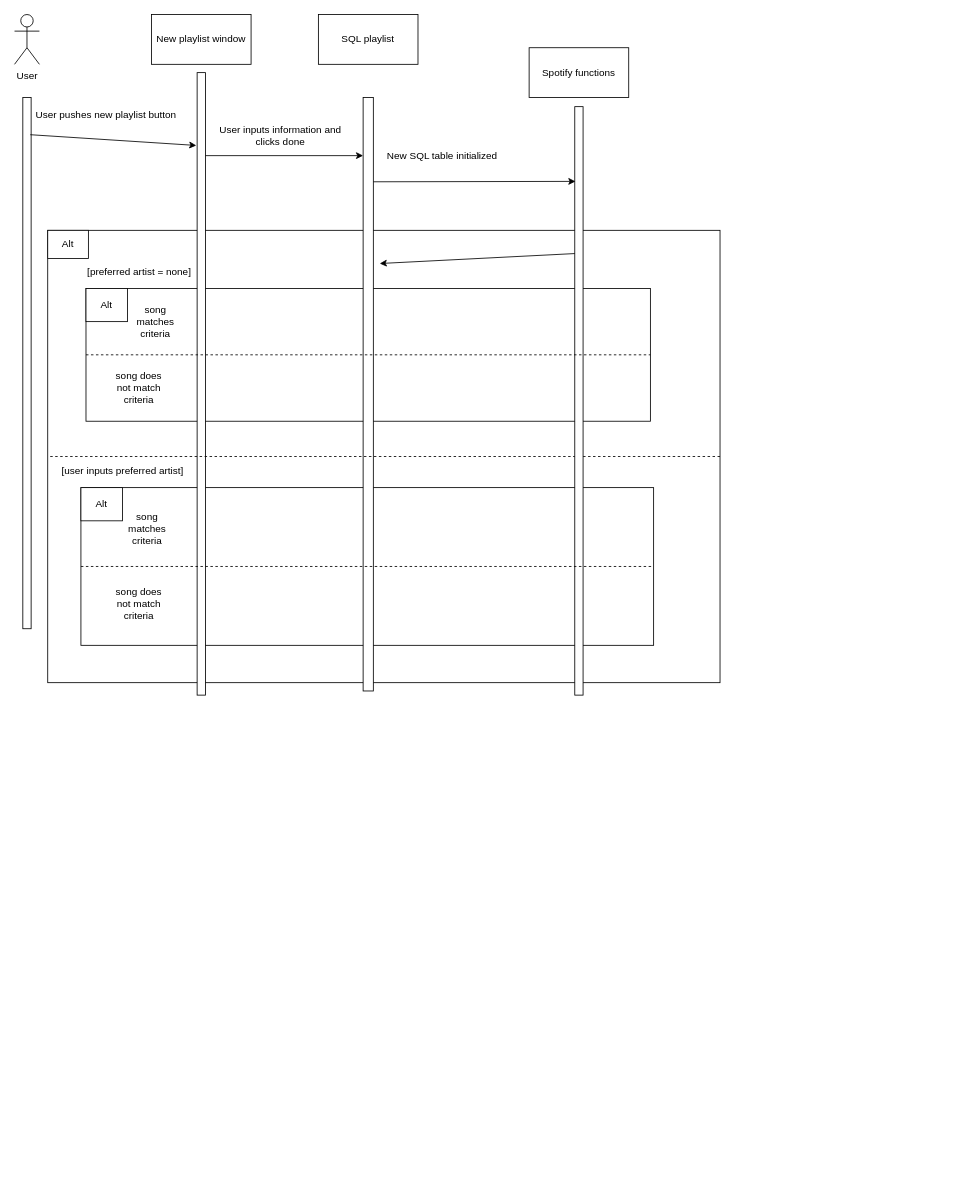
Above: new_playlist_sequence_model.drawio in stpilks99/moodipy (draw.io), before the change. Source tidied: cells renumbered, new cells numbered last; positions are measured from the earlier drawing's top-left corner, leaving out a move shared by most shapes. Both pictures are drawn from the tidied source at 83%, with x=0, y=0 at pixel (14, 14).
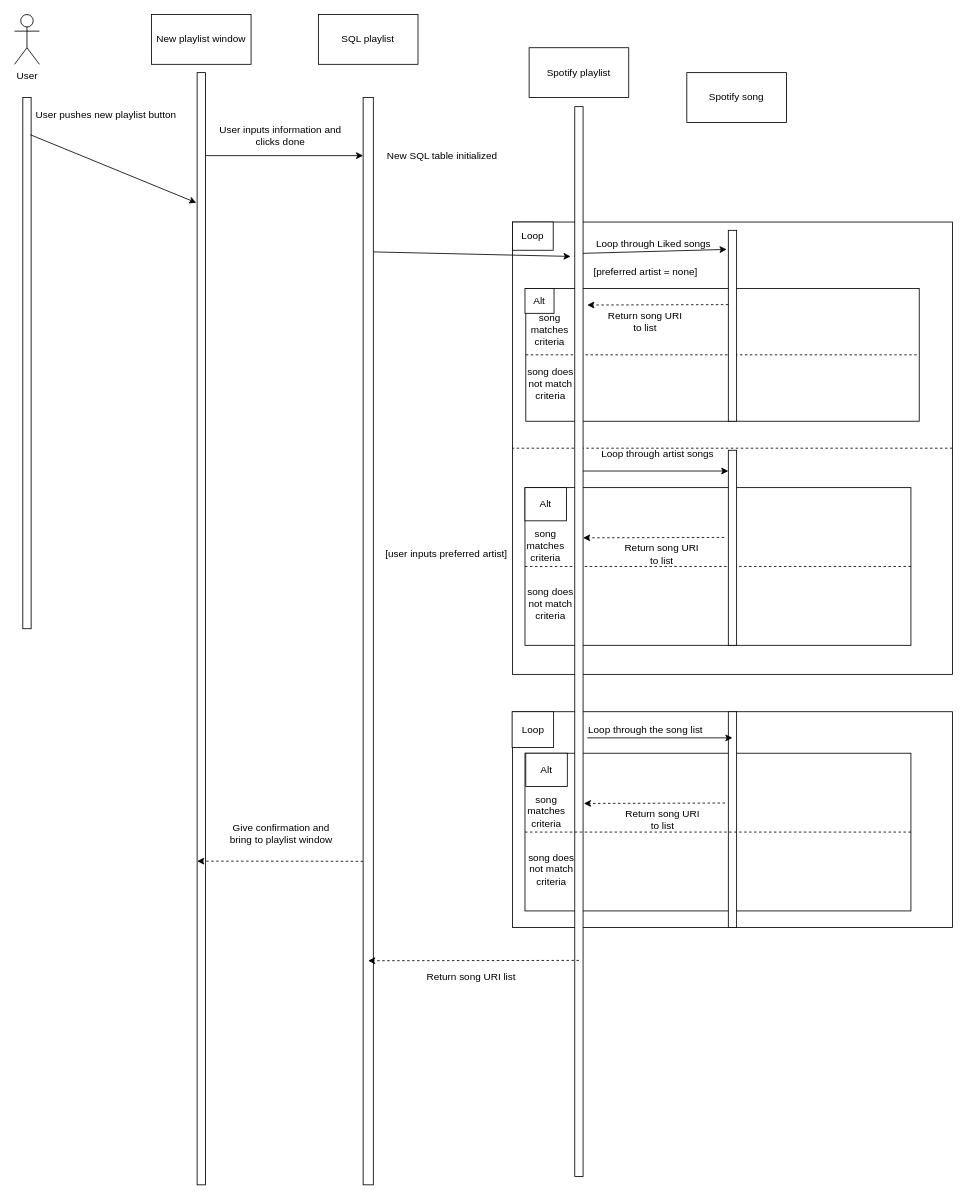
The same diagram, later.

Commit message:
finished new playlist creation sequence model

Change to the diagram source:
```diff
@@
+    <mxCell id="32" style="rounded=0;whiteSpace=wrap;html=1;" parent="1" vertex="1">
+      <mxGeometry x="600" y="840" width="530" height="260" as="geometry" />
+    </mxCell>
     <mxCell id="2" style="rounded=0;whiteSpace=wrap;html=1;" parent="1" vertex="1">
-      <mxGeometry x="40" y="260" width="810" height="545" as="geometry" />
+      <mxGeometry x="600" y="250" width="530" height="545" as="geometry" />
     </mxCell>
     <mxCell id="3" style="rounded=0;whiteSpace=wrap;html=1;" parent="1" vertex="1">
-      <mxGeometry x="80" y="570" width="690" height="190" as="geometry" />
+      <mxGeometry x="615" y="570" width="465" height="190" as="geometry" />
     </mxCell>
     <mxCell id="4" style="rounded=0;whiteSpace=wrap;html=1;" parent="1" vertex="1">
-      <mxGeometry x="86.1" y="330" width="680" height="160" as="geometry" />
+      <mxGeometry x="616" y="330" width="474" height="160" as="geometry" />
     </mxCell>
@@
     <mxCell id="10" style="rounded=0;whiteSpace=wrap;html=1;" parent="1" vertex="1">
-      <mxGeometry x="220" y="70" width="10" height="750" as="geometry" />
+      <mxGeometry x="220" y="70" width="10" height="1340" as="geometry" />
     </mxCell>
@@
     <mxCell id="14" style="rounded=0;whiteSpace=wrap;html=1;" parent="1" vertex="1">
-      <mxGeometry x="420" y="100" width="12.3" height="715" as="geometry" />
+      <mxGeometry x="420" y="100" width="12.3" height="1310" as="geometry" />
     </mxCell>
-    <mxCell id="15" value="Alt" style="rounded=0;whiteSpace=wrap;html=1;" parent="1" vertex="1">
-      <mxGeometry x="40" y="260" width="49" height="34" as="geometry" />
+    <mxCell id="15" value="Loop" style="rounded=0;whiteSpace=wrap;html=1;" parent="1" vertex="1">
+      <mxGeometry x="600" y="250" width="49" height="34" as="geometry" />
     </mxCell>
@@
     <mxCell id="17" value="Alt" style="rounded=0;whiteSpace=wrap;html=1;" parent="1" vertex="1">
-      <mxGeometry x="86.1" y="330" width="50" height="40" as="geometry" />
+      <mxGeometry x="615" y="330" width="35" height="30" as="geometry" />
     </mxCell>
     <mxCell id="18" value="Alt" style="rounded=0;whiteSpace=wrap;html=1;" parent="1" vertex="1">
-      <mxGeometry x="80" y="570" width="50" height="40" as="geometry" />
+      <mxGeometry x="615" y="570" width="50" height="40" as="geometry" />
     </mxCell>
@@
-    <mxCell id="20" value="Spotify functions" style="rounded=0;whiteSpace=wrap;html=1;" parent="1" vertex="1">
+    <mxCell id="20" value="Spotify playlist" style="rounded=0;whiteSpace=wrap;html=1;" parent="1" vertex="1">
       <mxGeometry x="620" y="40" width="120" height="60" as="geometry" />
     </mxCell>
-    <mxCell id="21" style="rounded=0;whiteSpace=wrap;html=1;" parent="1" vertex="1">
-      <mxGeometry x="675" y="111" width="10" height="709" as="geometry" />
-    </mxCell>
     <mxCell id="22" value="[preferred artist = none]" style="text;html=1;align=center;verticalAlign=middle;" parent="1" vertex="1">
-      <mxGeometry x="80" y="300" width="140" height="20" as="geometry" />
+      <mxGeometry x="690" y="300" width="140" height="20" as="geometry" />
     </mxCell>
     <mxCell id="23" value="[user inputs preferred artist]" style="text;html=1;align=center;verticalAlign=middle;" parent="1" vertex="1">
-      <mxGeometry x="50" y="540" width="160" height="20" as="geometry" />
+      <mxGeometry x="440" y="640" width="160" height="20" as="geometry" />
     </mxCell>
@@
-    <mxCell id="26" style="endArrow=classic;html=1;exitX=1.003;exitY=0.142;exitDx=0;exitDy=0;exitPerimeter=0;entryX=0.082;entryY=0.127;entryDx=0;entryDy=0;entryPerimeter=0;" parent="1" edge="1" source="14" target="21">
+    <mxCell id="26" style="endArrow=classic;html=1;exitX=1.003;exitY=0.142;exitDx=0;exitDy=0;exitPerimeter=0;entryX=-0.5;entryY=0.14;entryDx=0;entryDy=0;entryPerimeter=0;" parent="1" edge="1" source="14" target="21">
       <mxGeometry relative="1" as="geometry" />
     </mxCell>
     <mxCell id="27" value="song matches criteria" style="text;html=1;strokeColor=none;fillColor=none;align=center;verticalAlign=middle;whiteSpace=wrap;rounded=0;" parent="1" vertex="1">
-      <mxGeometry x="150" y="360" width="40" height="20" as="geometry" />
+      <mxGeometry x="625" y="370" width="40" height="20" as="geometry" />
     </mxCell>
     <mxCell id="28" value="song does not match criteria" style="text;html=1;strokeColor=none;fillColor=none;align=center;verticalAlign=middle;whiteSpace=wrap;rounded=0;" parent="1" vertex="1">
-      <mxGeometry x="120" y="440" width="60" height="20" as="geometry" />
+      <mxGeometry x="616" y="435" width="60" height="20" as="geometry" />
     </mxCell>
     <mxCell id="29" value="song does not match criteria" style="text;html=1;strokeColor=none;fillColor=none;align=center;verticalAlign=middle;whiteSpace=wrap;rounded=0;" parent="1" vertex="1">
-      <mxGeometry x="120" y="700" width="60" height="20" as="geometry" />
+      <mxGeometry x="616" y="700" width="60" height="20" as="geometry" />
     </mxCell>
     <mxCell id="30" value="song matches criteria" style="text;html=1;strokeColor=none;fillColor=none;align=center;verticalAlign=middle;whiteSpace=wrap;rounded=0;" parent="1" vertex="1">
-      <mxGeometry x="140" y="610" width="40" height="20" as="geometry" />
+      <mxGeometry x="620" y="630" width="40" height="20" as="geometry" />
     </mxCell>
-    <mxCell id="31" style="endArrow=none;html=1;startArrow=classic;startFill=1;endFill=0;" parent="1" edge="1">
+    <mxCell id="31" style="endArrow=none;html=1;startArrow=classic;startFill=1;endFill=0;exitX=-0.2;exitY=0.1;exitDx=0;exitDy=0;exitPerimeter=0;" parent="1" edge="1" source="34">
       <mxGeometry relative="1" as="geometry">
-        <mxPoint x="440" y="300" as="sourcePoint" />
         <mxPoint x="675" y="288" as="targetPoint" />
       </mxGeometry>
     </mxCell>
+    <mxCell id="33" value="Spotify song" style="rounded=0;whiteSpace=wrap;html=1;" parent="1" vertex="1">
+      <mxGeometry x="810" y="70" width="120" height="60" as="geometry" />
+    </mxCell>
+    <mxCell id="34" style="rounded=0;whiteSpace=wrap;html=1;" parent="1" vertex="1">
+      <mxGeometry x="860" y="260" width="10" height="230" as="geometry" />
+    </mxCell>
+    <mxCell id="35" value="Loop through Liked songs" style="text;html=1;strokeColor=none;fillColor=none;align=center;verticalAlign=middle;whiteSpace=wrap;rounded=0;" parent="1" vertex="1">
+      <mxGeometry x="670" y="267" width="200" height="20" as="geometry" />
+    </mxCell>
+    <mxCell id="36" style="endArrow=classic;html=1;dashed=1;" parent="1" edge="1">
+      <mxGeometry relative="1" as="geometry">
+        <mxPoint x="860" y="349.5" as="sourcePoint" />
+        <mxPoint x="690" y="350" as="targetPoint" />
+      </mxGeometry>
+    </mxCell>
+    <mxCell id="37" value="Return song URI to list" style="text;html=1;strokeColor=none;fillColor=none;align=center;verticalAlign=middle;whiteSpace=wrap;rounded=0;" parent="1" vertex="1">
+      <mxGeometry x="710" y="360" width="100" height="20" as="geometry" />
+    </mxCell>
+    <mxCell id="38" value="Loop through artist songs" style="text;html=1;strokeColor=none;fillColor=none;align=center;verticalAlign=middle;whiteSpace=wrap;rounded=0;" parent="1" vertex="1">
+      <mxGeometry x="675" y="520" width="200" height="20" as="geometry" />
+    </mxCell>
+    <mxCell id="39" style="endArrow=classic;html=1;dashed=1;" parent="1" edge="1">
+      <mxGeometry relative="1" as="geometry">
+        <mxPoint x="855" y="630" as="sourcePoint" />
+        <mxPoint x="685" y="630.5" as="targetPoint" />
+      </mxGeometry>
+    </mxCell>
+    <mxCell id="40" value="Return song URI to list" style="text;html=1;strokeColor=none;fillColor=none;align=center;verticalAlign=middle;whiteSpace=wrap;rounded=0;" parent="1" vertex="1">
+      <mxGeometry x="730" y="640" width="100" height="20" as="geometry" />
+    </mxCell>
+    <mxCell id="41" style="endArrow=none;html=1;startArrow=classic;startFill=1;endFill=0;" parent="1" edge="1">
+      <mxGeometry relative="1" as="geometry">
+        <mxPoint x="860" y="550" as="sourcePoint" />
+        <mxPoint x="685" y="550" as="targetPoint" />
+      </mxGeometry>
+    </mxCell>
+    <mxCell id="42" style="rounded=0;whiteSpace=wrap;html=1;" parent="1" vertex="1">
+      <mxGeometry x="860" y="525" width="10" height="235" as="geometry" />
+    </mxCell>
+    <mxCell id="43" value="Loop" style="rounded=0;whiteSpace=wrap;html=1;" parent="1" vertex="1">
+      <mxGeometry x="599.5" y="840" width="50" height="43" as="geometry" />
+    </mxCell>
+    <mxCell id="44" value="Loop through the song list" style="text;html=1;align=center;verticalAlign=middle;" parent="1" vertex="1">
+      <mxGeometry x="685" y="851.5" width="150" height="20" as="geometry" />
+    </mxCell>
+    <mxCell id="45" style="rounded=0;whiteSpace=wrap;html=1;" parent="1" vertex="1">
+      <mxGeometry x="615" y="890" width="465" height="190" as="geometry" />
+    </mxCell>
+    <mxCell id="46" value="Alt" style="rounded=0;whiteSpace=wrap;html=1;" parent="1" vertex="1">
+      <mxGeometry x="616" y="890" width="50" height="40" as="geometry" />
+    </mxCell>
+    <mxCell id="47" value="song does not match criteria" style="text;html=1;strokeColor=none;fillColor=none;align=center;verticalAlign=middle;whiteSpace=wrap;rounded=0;" parent="1" vertex="1">
+      <mxGeometry x="616.9" y="1020" width="60" height="20" as="geometry" />
+    </mxCell>
+    <mxCell id="48" value="song matches criteria" style="text;html=1;strokeColor=none;fillColor=none;align=center;verticalAlign=middle;whiteSpace=wrap;rounded=0;" parent="1" vertex="1">
+      <mxGeometry x="621" y="950" width="40" height="20" as="geometry" />
+    </mxCell>
+    <mxCell id="49" style="endArrow=classic;html=1;dashed=1;" parent="1" edge="1">
+      <mxGeometry relative="1" as="geometry">
+        <mxPoint x="856" y="950" as="sourcePoint" />
+        <mxPoint x="686" y="950.5" as="targetPoint" />
+      </mxGeometry>
+    </mxCell>
+    <mxCell id="50" value="Return song URI to list" style="text;html=1;strokeColor=none;fillColor=none;align=center;verticalAlign=middle;whiteSpace=wrap;rounded=0;" parent="1" vertex="1">
+      <mxGeometry x="731" y="960" width="100" height="20" as="geometry" />
+    </mxCell>
+    <mxCell id="51" style="rounded=0;whiteSpace=wrap;html=1;" parent="1" vertex="1">
+      <mxGeometry x="860" y="840" width="10" height="260" as="geometry" />
+    </mxCell>
+    <mxCell id="21" style="rounded=0;whiteSpace=wrap;html=1;" parent="1" vertex="1">
+      <mxGeometry x="675" y="111" width="10" height="1289" as="geometry" />
+    </mxCell>
+    <mxCell id="52" style="endArrow=none;html=1;startArrow=classic;startFill=1;endFill=0;" parent="1" edge="1">
+      <mxGeometry relative="1" as="geometry">
+        <mxPoint x="865" y="871.5" as="sourcePoint" />
+        <mxPoint x="690" y="871.5" as="targetPoint" />
+      </mxGeometry>
+    </mxCell>
+    <mxCell id="53" style="endArrow=none;dashed=1;html=1;exitX=0;exitY=0.5;exitDx=0;exitDy=0;entryX=1;entryY=0.5;entryDx=0;entryDy=0;" parent="1" edge="1" source="45" target="45">
+      <mxGeometry relative="1" as="geometry" />
+    </mxCell>
+    <mxCell id="54" style="endArrow=classic;html=1;exitX=0.5;exitY=0.798;exitDx=0;exitDy=0;exitPerimeter=0;dashed=1;" parent="1" edge="1" source="21">
+      <mxGeometry relative="1" as="geometry">
+        <mxPoint x="426" y="1140" as="targetPoint" />
+      </mxGeometry>
+    </mxCell>
+    <mxCell id="55" value="Return song URI list" style="text;html=1;align=center;verticalAlign=middle;" parent="1" vertex="1">
+      <mxGeometry x="489.5" y="1150" width="120" height="20" as="geometry" />
+    </mxCell>
+    <mxCell id="56" style="endArrow=classic;html=1;dashed=1;" parent="1" edge="1">
+      <mxGeometry relative="1" as="geometry">
+        <mxPoint x="420" y="1020.2" as="sourcePoint" />
+        <mxPoint x="220" y="1020" as="targetPoint" />
+      </mxGeometry>
+    </mxCell>
+    <mxCell id="57" value="Give confirmation and &lt;br&gt;bring to playlist window" style="text;html=1;align=center;verticalAlign=middle;" parent="1" vertex="1">
+      <mxGeometry x="251" y="972" width="140" height="30" as="geometry" />
+    </mxCell>
```
